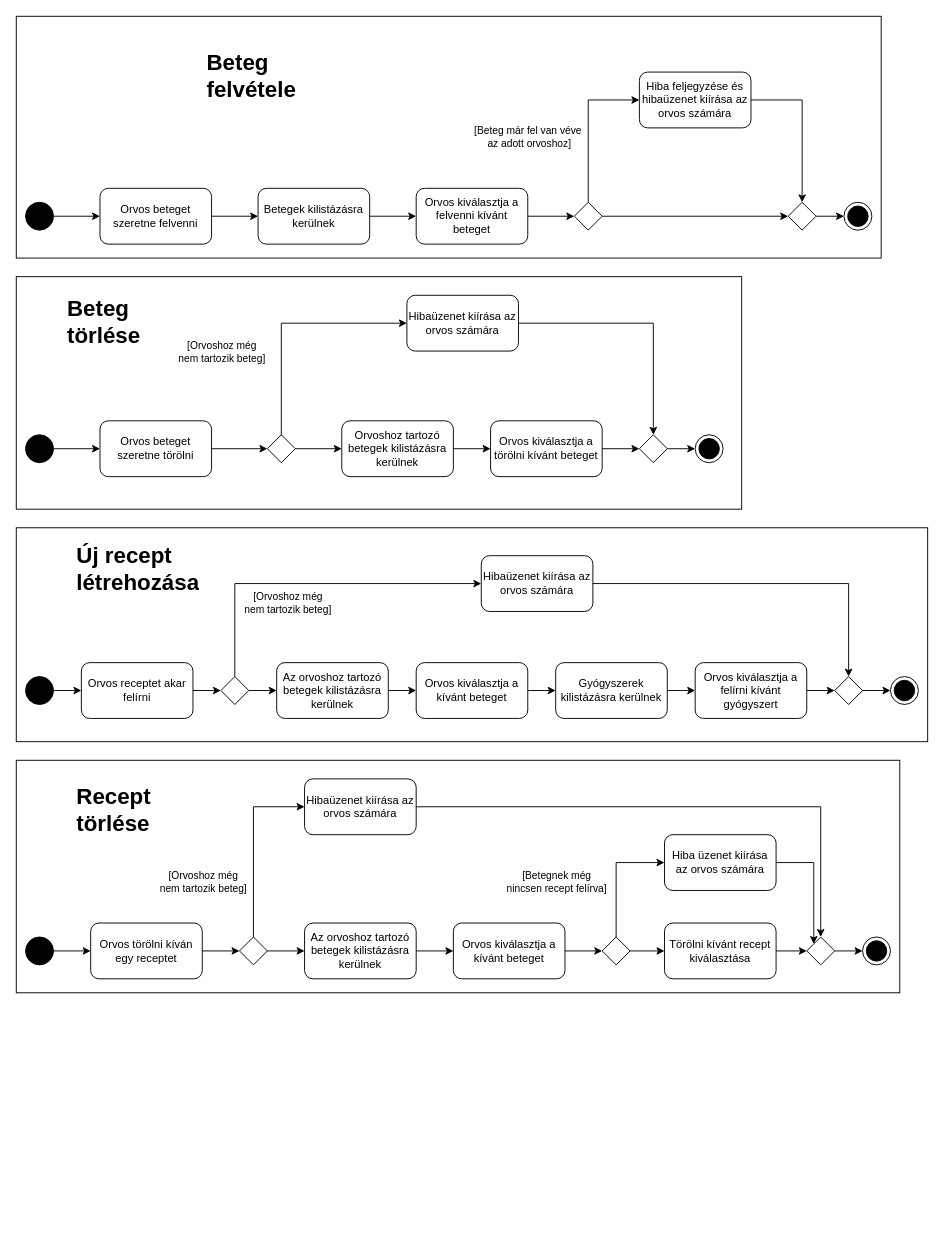
Earlier version of the draw.io diagram Tevekenyseg_diagramm.drawio (Ac1dD4v3/SzoftTech). Source tidied: cells renumbered, new cells numbered last; positions are measured from the earlier drawing's top-left corner, leaving out a move shared by most shapes. Both pictures are drawn from the tidied source at 93%, with x=0, y=0 at pixel (16, 16).
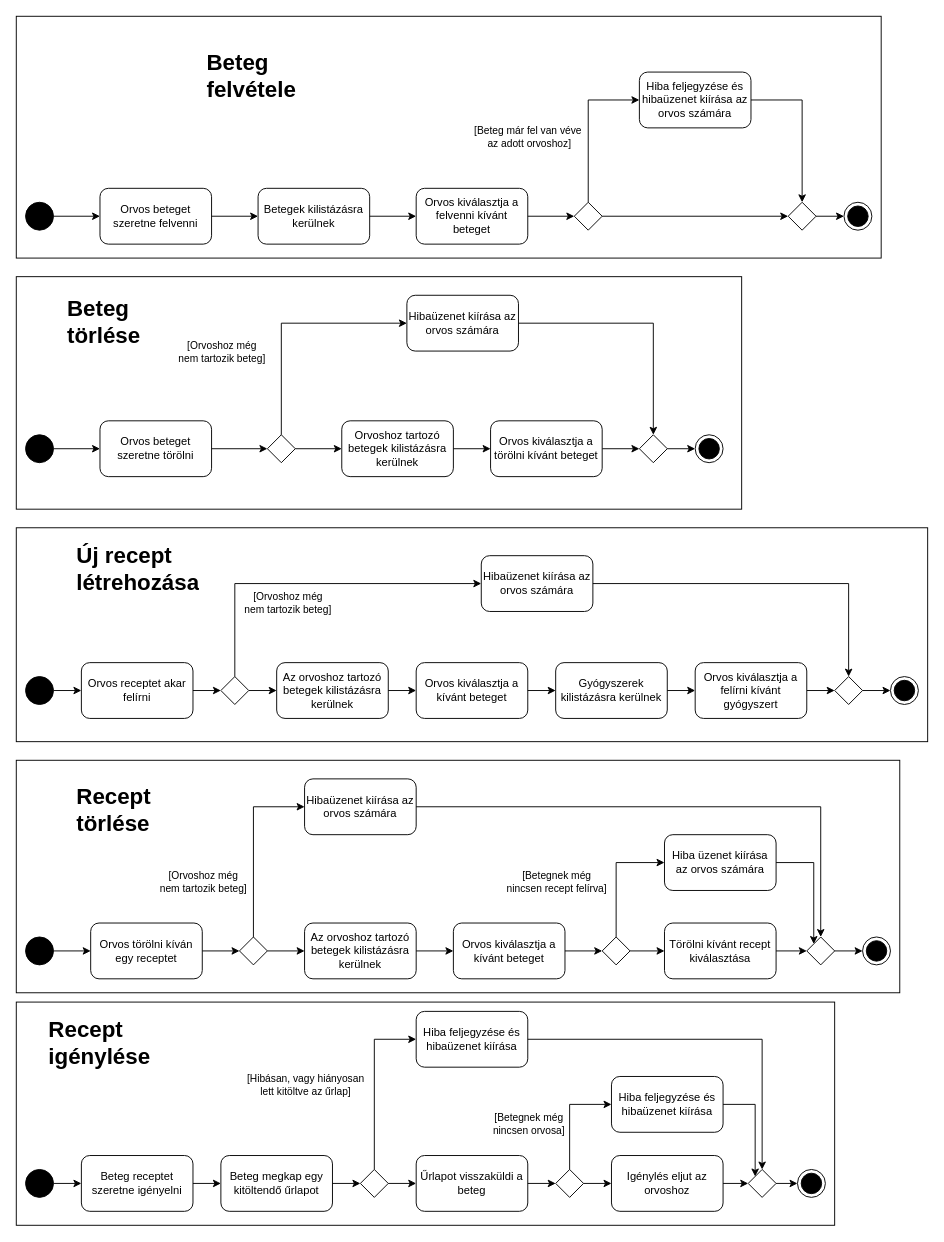
After the change.

Diff of the diagram source:
```diff
@@
+    <mxCell id="93" style="group;" parent="1" vertex="1">
+      <mxGeometry y="1060" width="880" height="240" as="geometry" />
+    </mxCell>
+    <mxCell id="94" style="rounded=0;whiteSpace=wrap;html=1;" parent="93" vertex="1">
+      <mxGeometry width="880" height="240" as="geometry" />
+    </mxCell>
+    <mxCell id="95" style="ellipse;fillColor=strokeColor;html=1;" parent="93" vertex="1">
+      <mxGeometry x="10" y="180" width="30" height="30" as="geometry" />
+    </mxCell>
+    <mxCell id="96" value="Beteg receptet szeretne igényelni" style="rounded=1;whiteSpace=wrap;html=1;" parent="93" vertex="1">
+      <mxGeometry x="70" y="165" width="120" height="60" as="geometry" />
+    </mxCell>
+    <mxCell id="97" style="edgeStyle=orthogonalEdgeStyle;rounded=0;jettySize=auto;html=1;exitX=1;exitY=0.5;exitDx=0;exitDy=0;entryX=0;entryY=0.5;entryDx=0;entryDy=0;" parent="93" edge="1" source="95" target="96">
+      <mxGeometry relative="1" as="geometry" />
+    </mxCell>
+    <mxCell id="98" value="Beteg megkap egy kitöltendő űrlapot" style="rounded=1;whiteSpace=wrap;html=1;" parent="93" vertex="1">
+      <mxGeometry x="220" y="165" width="120" height="60" as="geometry" />
+    </mxCell>
+    <mxCell id="99" style="edgeStyle=orthogonalEdgeStyle;rounded=0;jettySize=auto;html=1;exitX=1;exitY=0.5;exitDx=0;exitDy=0;entryX=0;entryY=0.5;entryDx=0;entryDy=0;" parent="93" edge="1" source="96" target="98">
+      <mxGeometry relative="1" as="geometry" />
+    </mxCell>
+    <mxCell id="100" style="rhombus;whiteSpace=wrap;html=1;" parent="93" vertex="1">
+      <mxGeometry x="370" y="180" width="30" height="30" as="geometry" />
+    </mxCell>
+    <mxCell id="101" style="edgeStyle=orthogonalEdgeStyle;rounded=0;jettySize=auto;html=1;exitX=1;exitY=0.5;exitDx=0;exitDy=0;entryX=0;entryY=0.5;entryDx=0;entryDy=0;" parent="93" edge="1" source="98" target="100">
+      <mxGeometry relative="1" as="geometry" />
+    </mxCell>
+    <mxCell id="102" value="Űrlapot visszaküldi a beteg" style="rounded=1;whiteSpace=wrap;html=1;" parent="93" vertex="1">
+      <mxGeometry x="430" y="165" width="120" height="60" as="geometry" />
+    </mxCell>
+    <mxCell id="103" style="edgeStyle=orthogonalEdgeStyle;rounded=0;jettySize=auto;html=1;exitX=1;exitY=0.5;exitDx=0;exitDy=0;entryX=0;entryY=0.5;entryDx=0;entryDy=0;" parent="93" edge="1" source="100" target="102">
+      <mxGeometry relative="1" as="geometry" />
+    </mxCell>
+    <mxCell id="104" value="Hiba feljegyzése és hibaüzenet kiírása" style="rounded=1;whiteSpace=wrap;html=1;" parent="93" vertex="1">
+      <mxGeometry x="430" y="10" width="120" height="60" as="geometry" />
+    </mxCell>
+    <mxCell id="105" style="edgeStyle=orthogonalEdgeStyle;rounded=0;jettySize=auto;html=1;exitX=0.5;exitY=0;exitDx=0;exitDy=0;entryX=0;entryY=0.5;entryDx=0;entryDy=0;" parent="93" edge="1" source="100" target="104">
+      <mxGeometry relative="1" as="geometry" />
+    </mxCell>
+    <mxCell id="106" value="[Hibásan, vagy hiányosan &lt;br&gt;lett kitöltve az űrlap]" style="edgeLabel;html=1;align=center;verticalAlign=middle;" parent="105" vertex="1">
+      <mxGeometry x="0.1" y="-1" relative="1" as="geometry">
+        <mxPoint x="-76" y="10" as="offset" />
+      </mxGeometry>
+    </mxCell>
+    <mxCell id="107" style="rhombus;whiteSpace=wrap;html=1;" parent="93" vertex="1">
+      <mxGeometry x="580" y="180" width="30" height="30" as="geometry" />
+    </mxCell>
+    <mxCell id="108" style="edgeStyle=orthogonalEdgeStyle;rounded=0;jettySize=auto;html=1;exitX=1;exitY=0.5;exitDx=0;exitDy=0;entryX=0;entryY=0.5;entryDx=0;entryDy=0;" parent="93" edge="1" source="102" target="107">
+      <mxGeometry relative="1" as="geometry" />
+    </mxCell>
+    <mxCell id="109" value="Igénylés eljut az orvoshoz" style="rounded=1;whiteSpace=wrap;html=1;" parent="93" vertex="1">
+      <mxGeometry x="640" y="165" width="120" height="60" as="geometry" />
+    </mxCell>
+    <mxCell id="110" style="edgeStyle=orthogonalEdgeStyle;rounded=0;jettySize=auto;html=1;exitX=1;exitY=0.5;exitDx=0;exitDy=0;entryX=0;entryY=0.5;entryDx=0;entryDy=0;" parent="93" edge="1" source="107" target="109">
+      <mxGeometry relative="1" as="geometry" />
+    </mxCell>
+    <mxCell id="111" value="Hiba feljegyzése és hibaüzenet kiírása" style="rounded=1;whiteSpace=wrap;html=1;" parent="93" vertex="1">
+      <mxGeometry x="640" y="80" width="120" height="60" as="geometry" />
+    </mxCell>
+    <mxCell id="112" style="edgeStyle=orthogonalEdgeStyle;rounded=0;jettySize=auto;html=1;exitX=0.5;exitY=0;exitDx=0;exitDy=0;entryX=0;entryY=0.5;entryDx=0;entryDy=0;" parent="93" edge="1" source="107" target="111">
+      <mxGeometry relative="1" as="geometry" />
+    </mxCell>
+    <mxCell id="113" value="[Betegnek még &lt;br&gt;nincsen orvosa]" style="edgeLabel;html=1;align=center;verticalAlign=middle;" parent="112" vertex="1">
+      <mxGeometry x="-0.39" y="-2" relative="1" as="geometry">
+        <mxPoint x="-47" y="-15" as="offset" />
+      </mxGeometry>
+    </mxCell>
+    <mxCell id="114" style="rhombus;whiteSpace=wrap;html=1;" parent="93" vertex="1">
+      <mxGeometry x="787" y="180" width="30" height="30" as="geometry" />
+    </mxCell>
+    <mxCell id="115" style="edgeStyle=orthogonalEdgeStyle;rounded=0;jettySize=auto;html=1;exitX=1;exitY=0.5;exitDx=0;exitDy=0;entryX=0.5;entryY=0;entryDx=0;entryDy=0;" parent="93" edge="1" source="104" target="114">
+      <mxGeometry relative="1" as="geometry" />
+    </mxCell>
+    <mxCell id="116" style="edgeStyle=orthogonalEdgeStyle;rounded=0;jettySize=auto;html=1;exitX=1;exitY=0.5;exitDx=0;exitDy=0;entryX=0;entryY=0.5;entryDx=0;entryDy=0;" parent="93" edge="1" source="109" target="114">
+      <mxGeometry relative="1" as="geometry" />
+    </mxCell>
+    <mxCell id="117" style="edgeStyle=orthogonalEdgeStyle;rounded=0;jettySize=auto;html=1;exitX=1;exitY=0.5;exitDx=0;exitDy=0;entryX=0;entryY=0;entryDx=0;entryDy=0;" parent="93" edge="1" source="111" target="114">
+      <mxGeometry relative="1" as="geometry" />
+    </mxCell>
+    <mxCell id="118" style="ellipse;html=1;shape=endState;fillColor=strokeColor;" parent="93" vertex="1">
+      <mxGeometry x="840" y="180" width="30" height="30" as="geometry" />
+    </mxCell>
+    <mxCell id="119" style="edgeStyle=orthogonalEdgeStyle;rounded=0;jettySize=auto;html=1;exitX=1;exitY=0.5;exitDx=0;exitDy=0;entryX=0;entryY=0.5;entryDx=0;entryDy=0;" parent="93" edge="1" source="114" target="118">
+      <mxGeometry relative="1" as="geometry" />
+    </mxCell>
+    <mxCell id="120" value="&lt;h1&gt;Recept igénylése&lt;/h1&gt;" style="text;html=1;strokeColor=none;fillColor=none;spacing=5;spacingTop=-20;whiteSpace=wrap;overflow=hidden;rounded=0;" parent="93" vertex="1">
+      <mxGeometry x="30" y="10" width="140" height="70" as="geometry" />
+    </mxCell>
```
